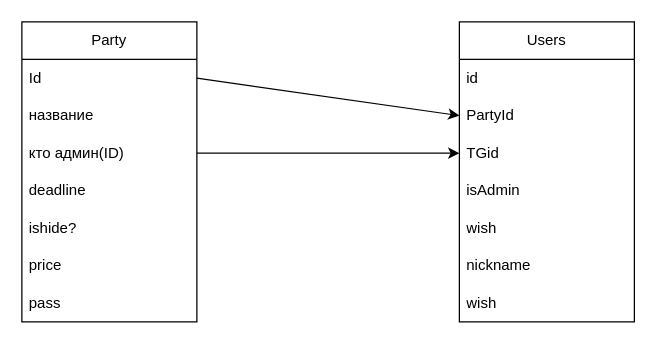
oleglust/programming keeps this draw.io diagram as docs/database.drawio. Above is the earlier version. Source tidied: cells renumbered, new cells numbered last; positions are measured from the earlier drawing's top-left corner, leaving out a move shared by most shapes. Both pictures are drawn from the tidied source at 125%, with x=0, y=0 at pixel (21, 21).
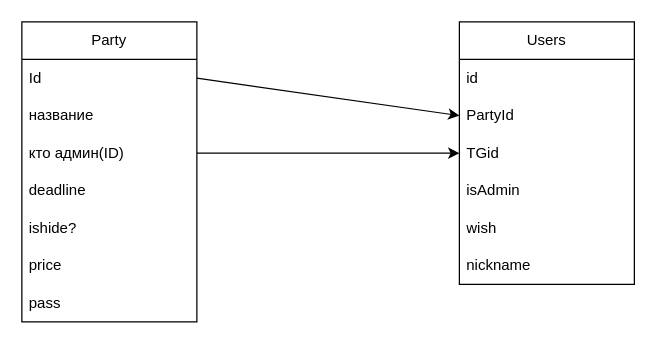
After the change.

The edit, as a diff of the source:
```diff
@@
 <mxGraphModel>
   <root>
     <mxCell id="0" />
     <mxCell id="1" parent="0" />
     <mxCell id="2" value="Party" style="swimlane;fontStyle=0;horizontal=1;startSize=30;whiteSpace=wrap;html=1;" parent="1" vertex="1">
       <mxGeometry width="140" height="240" as="geometry" />
     </mxCell>
     <mxCell id="3" value="Id" style="text;strokeColor=none;fillColor=none;align=left;verticalAlign=middle;spacingLeft=4;spacingRight=4;overflow=hidden;points=[[0,0.5],[1,0.5]];portConstraint=eastwest;whiteSpace=wrap;html=1;" parent="2" vertex="1">
       <mxGeometry y="30" width="140" height="30" as="geometry" />
     </mxCell>
     <mxCell id="4" value="название&lt;span style=&quot;white-space: pre;&quot;&gt;&#9;&lt;/span&gt;&lt;span style=&quot;white-space: pre;&quot;&gt;&#9;&lt;/span&gt;" style="text;strokeColor=none;fillColor=none;align=left;verticalAlign=middle;spacingLeft=4;spacingRight=4;overflow=hidden;whiteSpace=wrap;html=1;" parent="2" vertex="1">
       <mxGeometry y="60" width="140" height="30" as="geometry" />
     </mxCell>
     <mxCell id="5" value="кто админ(ID)" style="text;strokeColor=none;fillColor=none;align=left;verticalAlign=middle;spacingLeft=4;spacingRight=4;overflow=hidden;points=[[0,0.5],[1,0.5]];portConstraint=eastwest;whiteSpace=wrap;html=1;" parent="2" vertex="1">
       <mxGeometry y="90" width="140" height="30" as="geometry" />
     </mxCell>
     <mxCell id="6" value="deadline" style="text;strokeColor=none;fillColor=none;align=left;verticalAlign=middle;spacingLeft=4;spacingRight=4;overflow=hidden;whiteSpace=wrap;html=1;" parent="2" vertex="1">
       <mxGeometry y="120" width="140" height="30" as="geometry" />
     </mxCell>
     <mxCell id="7" value="ishide?" style="text;strokeColor=none;fillColor=none;align=left;verticalAlign=middle;spacingLeft=4;spacingRight=4;overflow=hidden;whiteSpace=wrap;html=1;" parent="2" vertex="1">
       <mxGeometry y="150" width="140" height="30" as="geometry" />
     </mxCell>
     <mxCell id="8" value="price" style="text;strokeColor=none;fillColor=none;align=left;verticalAlign=middle;spacingLeft=4;spacingRight=4;overflow=hidden;whiteSpace=wrap;html=1;" parent="2" vertex="1">
       <mxGeometry y="180" width="140" height="30" as="geometry" />
     </mxCell>
     <mxCell id="9" value="pass" style="text;strokeColor=none;fillColor=none;align=left;verticalAlign=middle;spacingLeft=4;spacingRight=4;overflow=hidden;whiteSpace=wrap;html=1;" parent="2" vertex="1">
       <mxGeometry y="210" width="140" height="30" as="geometry" />
     </mxCell>
     <mxCell id="10" value="Users" style="swimlane;fontStyle=0;horizontal=1;startSize=30;whiteSpace=wrap;html=1;" parent="1" vertex="1">
-      <mxGeometry x="350" width="140" height="240" as="geometry" />
+      <mxGeometry x="350" width="140" height="210" as="geometry" />
     </mxCell>
     <mxCell id="11" value="id" style="text;strokeColor=none;fillColor=none;align=left;verticalAlign=middle;spacingLeft=4;spacingRight=4;overflow=hidden;whiteSpace=wrap;html=1;" parent="10" vertex="1">
       <mxGeometry y="30" width="140" height="30" as="geometry" />
     </mxCell>
     <mxCell id="12" value="PartyId" style="text;strokeColor=none;fillColor=none;align=left;verticalAlign=middle;spacingLeft=4;spacingRight=4;overflow=hidden;points=[[0,0.5],[1,0.5]];portConstraint=eastwest;whiteSpace=wrap;html=1;" parent="10" vertex="1">
       <mxGeometry y="60" width="140" height="30" as="geometry" />
     </mxCell>
     <mxCell id="13" value="TGid" style="text;strokeColor=none;fillColor=none;align=left;verticalAlign=middle;spacingLeft=4;spacingRight=4;overflow=hidden;points=[[0,0.5],[1,0.5]];portConstraint=eastwest;whiteSpace=wrap;html=1;" parent="10" vertex="1">
       <mxGeometry y="90" width="140" height="30" as="geometry" />
     </mxCell>
     <mxCell id="14" value="isAdmin" style="text;strokeColor=none;fillColor=none;align=left;verticalAlign=middle;spacingLeft=4;spacingRight=4;overflow=hidden;whiteSpace=wrap;html=1;" parent="10" vertex="1">
       <mxGeometry y="120" width="140" height="30" as="geometry" />
     </mxCell>
     <mxCell id="15" value="wish" style="text;strokeColor=none;fillColor=none;align=left;verticalAlign=middle;spacingLeft=4;spacingRight=4;overflow=hidden;whiteSpace=wrap;html=1;" parent="10" vertex="1">
       <mxGeometry y="150" width="140" height="30" as="geometry" />
     </mxCell>
     <mxCell id="16" value="nickname" style="text;strokeColor=none;fillColor=none;align=left;verticalAlign=middle;spacingLeft=4;spacingRight=4;overflow=hidden;whiteSpace=wrap;html=1;" parent="10" vertex="1">
       <mxGeometry y="180" width="140" height="30" as="geometry" />
     </mxCell>
-    <mxCell id="17" value="wish" style="text;strokeColor=none;fillColor=none;align=left;verticalAlign=middle;spacingLeft=4;spacingRight=4;overflow=hidden;whiteSpace=wrap;html=1;" parent="10" vertex="1">
-      <mxGeometry y="210" width="140" height="30" as="geometry" />
-    </mxCell>
     <mxCell id="18" style="edgeStyle=none;html=1;exitX=1;exitY=0.5;exitDx=0;exitDy=0;entryX=0;entryY=0.5;entryDx=0;entryDy=0;" parent="1" edge="1" source="5" target="13">
       <mxGeometry relative="1" as="geometry" />
     </mxCell>
     <mxCell id="19" style="edgeStyle=none;html=1;exitX=1;exitY=0.5;exitDx=0;exitDy=0;entryX=0;entryY=0.5;entryDx=0;entryDy=0;" parent="1" edge="1" source="3" target="12">
       <mxGeometry relative="1" as="geometry" />
     </mxCell>
   </root>
 </mxGraphModel>
```
